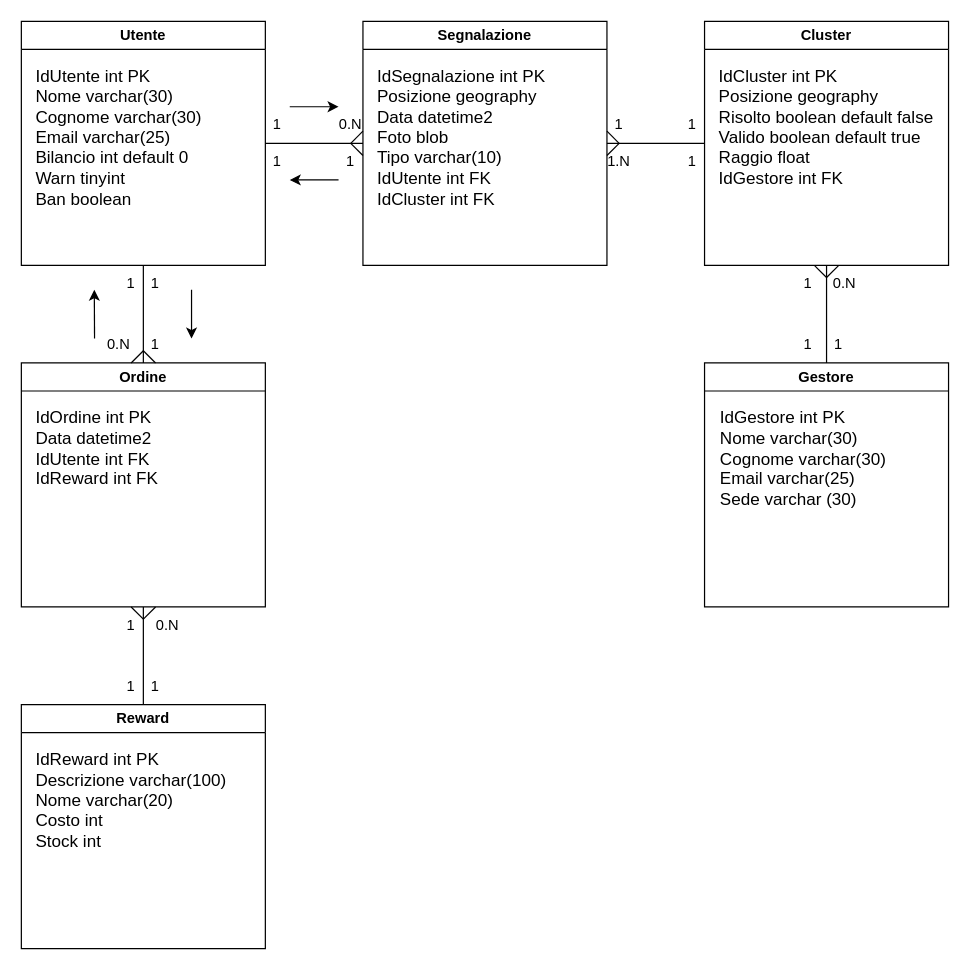
Earlier version of the draw.io diagram DiagrammaER/Modello.drawio (Gruppo-IS44/Comune-Pulito-bead80e0). Source tidied: cells renumbered, new cells numbered last; positions are measured from the earlier drawing's top-left corner, leaving out a move shared by most shapes. Both pictures are drawn from the tidied source at 122%, with x=0, y=0 at pixel (21, 21).
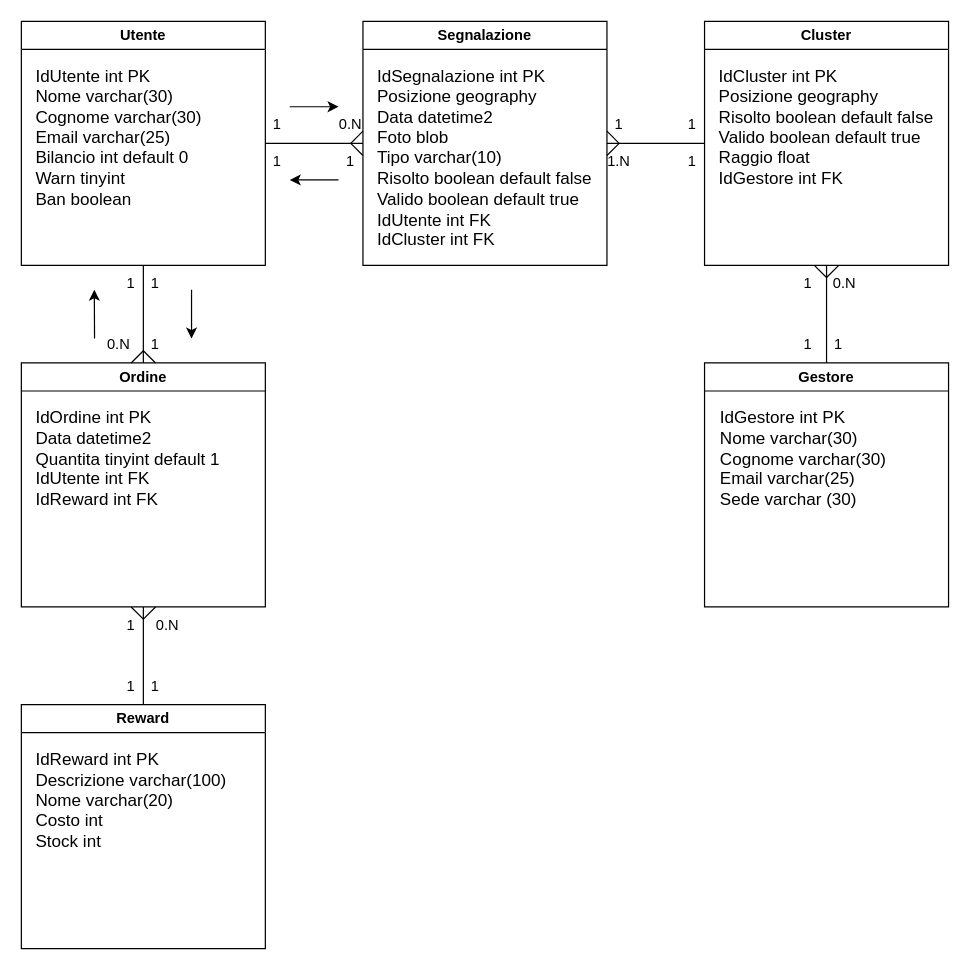
The same page after the edit.

The change refers to these unchanged cells:
```xml
<mxCell id="4" value="Segnalazione" style="swimlane;whiteSpace=wrap;html=1;" parent="1" vertex="1">
  <mxGeometry x="280" width="200" height="200" as="geometry" />
</mxCell>
<mxCell id="10" value="Ordine" style="swimlane;whiteSpace=wrap;html=1;" parent="1" vertex="1">
  <mxGeometry y="280" width="200" height="200" as="geometry" />
</mxCell>
```

What changed in the source:
```diff
@@
-    <mxCell id="5" value="IdSegnalazione int PK&lt;br&gt;Posizione geography&lt;br&gt;Data datetime2&lt;br&gt;Foto blob&lt;br&gt;Tipo varchar(10)&lt;br&gt;IdUtente int FK&lt;br&gt;IdCluster int FK" style="text;html=1;strokeColor=none;fillColor=none;align=left;verticalAlign=top;whiteSpace=wrap;rounded=0;fontSize=14;" parent="4" vertex="1">
+    <mxCell id="5" value="IdSegnalazione int PK&lt;br&gt;Posizione geography&lt;br&gt;Data datetime2&lt;br&gt;Foto blob&lt;br&gt;Tipo varchar(10)&lt;br&gt;Risolto boolean default false&lt;br&gt;Valido boolean default true&lt;br&gt;IdUtente int FK&lt;br&gt;IdCluster int FK" style="text;html=1;strokeColor=none;fillColor=none;align=left;verticalAlign=top;whiteSpace=wrap;rounded=0;fontSize=14;" parent="4" vertex="1">
       <mxGeometry x="10" y="30" width="180" height="160" as="geometry" />
     </mxCell>
@@
-    <mxCell id="11" value="IdOrdine int PK&lt;br&gt;Data datetime2&lt;br&gt;IdUtente int FK&lt;br&gt;IdReward int FK" style="text;html=1;strokeColor=none;fillColor=none;align=left;verticalAlign=top;whiteSpace=wrap;rounded=0;fontSize=14;" parent="10" vertex="1">
+    <mxCell id="11" value="IdOrdine int PK&lt;br&gt;Data datetime2&lt;br&gt;Quantita tinyint default 1&lt;br&gt;IdUtente int FK&lt;br&gt;IdReward int FK" style="text;html=1;strokeColor=none;fillColor=none;align=left;verticalAlign=top;whiteSpace=wrap;rounded=0;fontSize=14;" parent="10" vertex="1">
       <mxGeometry x="10" y="30" width="180" height="160" as="geometry" />
     </mxCell>
```
